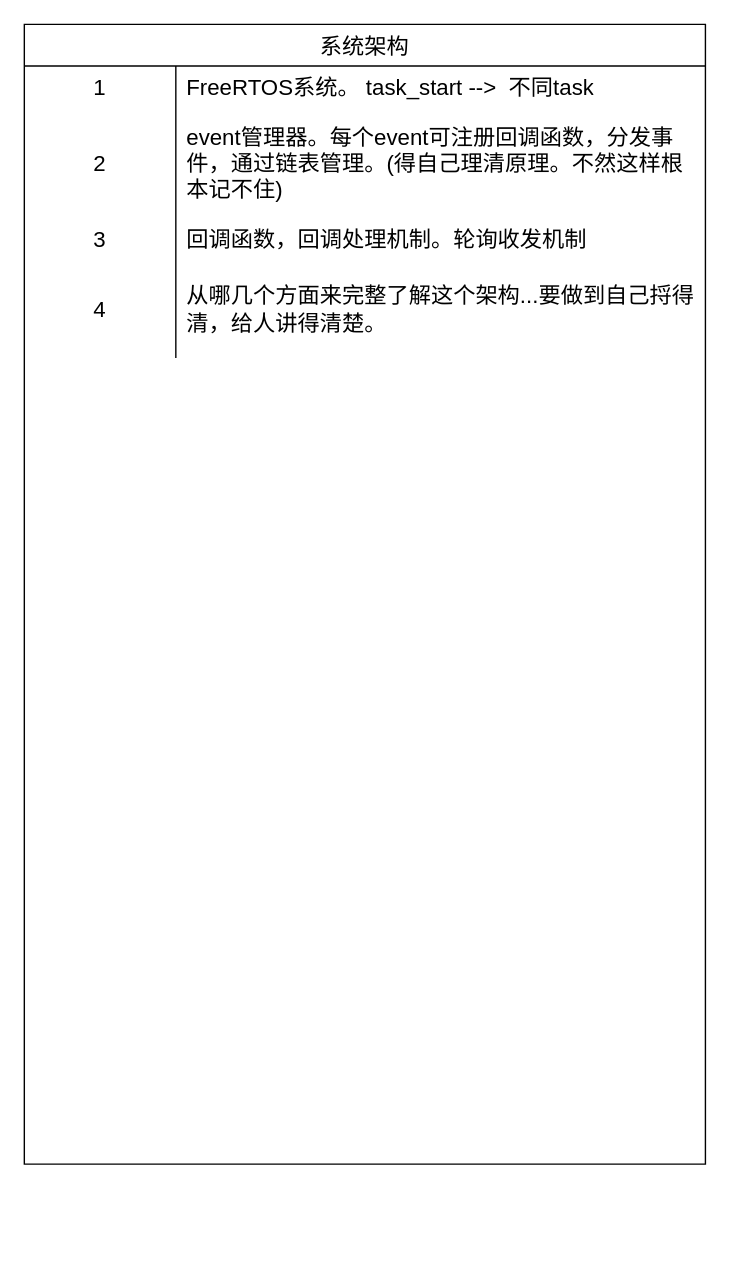
Above: 架构内容.drawio in Jade-Lj/knowledge-club (draw.io), before the change. Source tidied: cells renumbered, new cells numbered last; positions are measured from the earlier drawing's top-left corner, leaving out a move shared by most shapes. Both pictures are drawn from the tidied source at 139%, with x=0, y=0 at pixel (24, 24).
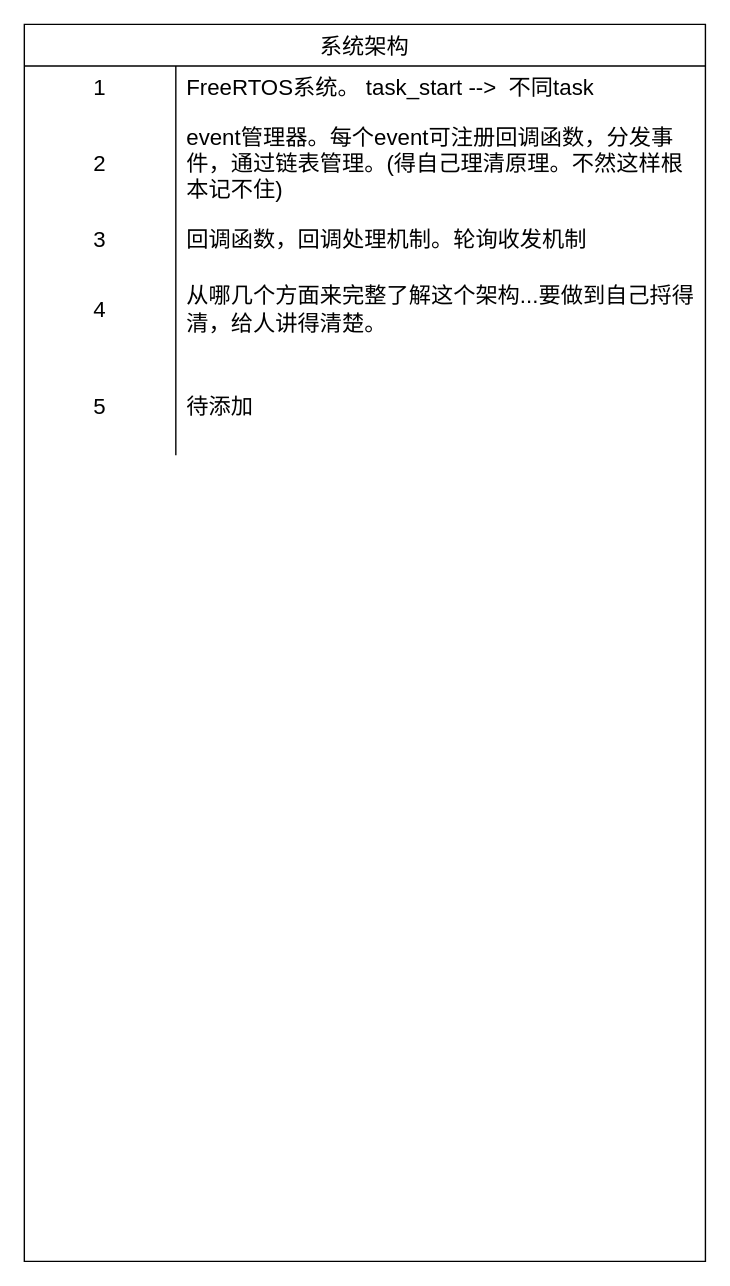
After the change.

Commit message:
更新架构内容.drawio

Change to the diagram source:
```diff
@@
 <mxGraphModel>
   <root>
     <mxCell id="0" />
     <mxCell id="1" parent="0" />
     <mxCell id="2" value="系统架构" style="shape=table;startSize=30;childLayout=tableLayout;rowLines=0;fontStyle=0;strokeColor=default;fontSize=16;" parent="1" vertex="1">
-      <mxGeometry width="490" height="820" as="geometry" />
+      <mxGeometry width="490" height="890" as="geometry" />
     </mxCell>
     <mxCell id="3" style="shape=tableRow;horizontal=0;startSize=0;swimlaneHead=0;swimlaneBody=0;top=0;left=0;bottom=0;right=0;fillColor=none;strokeColor=inherit;fontSize=16;" parent="2" vertex="1">
       <mxGeometry y="30" width="490" height="30" as="geometry" />
     </mxCell>
     <mxCell id="4" value="1" style="shape=partialRectangle;html=1;whiteSpace=wrap;fillColor=none;top=0;left=0;bottom=0;right=0;overflow=hidden;strokeColor=inherit;fontSize=16;" parent="3" vertex="1">
       <mxGeometry width="109" height="30" as="geometry" />
     </mxCell>
     <mxCell id="5" value="&lt;span&gt;FreeRTOS系统。 task_start --&amp;gt;&amp;nbsp; 不同task&lt;/span&gt;" style="shape=partialRectangle;html=1;whiteSpace=wrap;fillColor=none;top=0;left=0;bottom=0;right=0;align=left;spacingLeft=6;overflow=hidden;strokeColor=inherit;fontSize=16;" parent="3" vertex="1">
       <mxGeometry x="109" width="381" height="30" as="geometry" />
     </mxCell>
     <mxCell id="6" style="shape=tableRow;horizontal=0;startSize=0;swimlaneHead=0;swimlaneBody=0;top=0;left=0;bottom=0;right=0;fillColor=none;strokeColor=inherit;fontSize=16;" parent="2" vertex="1">
       <mxGeometry y="60" width="490" height="80" as="geometry" />
     </mxCell>
     <mxCell id="7" value="2" style="shape=partialRectangle;html=1;whiteSpace=wrap;fillColor=none;top=0;left=0;bottom=0;right=0;overflow=hidden;strokeColor=inherit;fontSize=16;" parent="6" vertex="1">
       <mxGeometry width="109" height="80" as="geometry" />
     </mxCell>
     <mxCell id="8" value="event管理器。每个event可注册回调函数，分发事件，通过链表管理。(得自己理清原理。不然这样根本记不住)" style="shape=partialRectangle;html=1;whiteSpace=wrap;fillColor=none;top=0;left=0;bottom=0;right=0;align=left;spacingLeft=6;overflow=hidden;strokeColor=inherit;fontSize=16;" parent="6" vertex="1">
       <mxGeometry x="109" width="381" height="80" as="geometry" />
     </mxCell>
     <mxCell id="9" style="shape=tableRow;horizontal=0;startSize=0;swimlaneHead=0;swimlaneBody=0;top=0;left=0;bottom=0;right=0;fillColor=none;strokeColor=inherit;fontSize=16;" parent="2" vertex="1">
       <mxGeometry y="140" width="490" height="30" as="geometry" />
     </mxCell>
     <mxCell id="10" value="3" style="shape=partialRectangle;html=1;whiteSpace=wrap;fillColor=none;top=0;left=0;bottom=0;right=0;overflow=hidden;strokeColor=inherit;fontSize=16;" parent="9" vertex="1">
       <mxGeometry width="109" height="30" as="geometry" />
     </mxCell>
     <mxCell id="11" value="回调函数，回调处理机制。轮询收发机制" style="shape=partialRectangle;html=1;whiteSpace=wrap;fillColor=none;top=0;left=0;bottom=0;right=0;align=left;spacingLeft=6;overflow=hidden;strokeColor=inherit;fontSize=16;" parent="9" vertex="1">
       <mxGeometry x="109" width="381" height="30" as="geometry" />
     </mxCell>
     <mxCell id="12" style="shape=tableRow;horizontal=0;startSize=0;swimlaneHead=0;swimlaneBody=0;top=0;left=0;bottom=0;right=0;fillColor=none;strokeColor=inherit;fontSize=16;" parent="2" vertex="1">
       <mxGeometry y="170" width="490" height="70" as="geometry" />
     </mxCell>
     <mxCell id="13" value="4" style="shape=partialRectangle;html=1;whiteSpace=wrap;fillColor=none;top=0;left=0;bottom=0;right=0;overflow=hidden;strokeColor=inherit;fontSize=16;" parent="12" vertex="1">
       <mxGeometry width="109" height="70" as="geometry" />
     </mxCell>
     <mxCell id="14" value="从哪几个方面来完整了解这个架构...要做到自己捋得清，给人讲得清楚。" style="shape=partialRectangle;html=1;whiteSpace=wrap;fillColor=none;top=0;left=0;bottom=0;right=0;align=left;spacingLeft=6;overflow=hidden;strokeColor=inherit;fontSize=16;convertToSvg=0;" parent="12" vertex="1">
       <mxGeometry x="109" width="381" height="70" as="geometry" />
     </mxCell>
+    <mxCell id="15" style="shape=tableRow;horizontal=0;startSize=0;swimlaneHead=0;swimlaneBody=0;top=0;left=0;bottom=0;right=0;fillColor=none;strokeColor=inherit;fontSize=16;" parent="2" vertex="1">
+      <mxGeometry y="240" width="490" height="70" as="geometry" />
+    </mxCell>
+    <mxCell id="16" value="5" style="shape=partialRectangle;html=1;whiteSpace=wrap;fillColor=none;top=0;left=0;bottom=0;right=0;overflow=hidden;strokeColor=inherit;fontSize=16;" parent="15" vertex="1">
+      <mxGeometry width="109" height="70" as="geometry" />
+    </mxCell>
+    <mxCell id="17" value="待添加" style="shape=partialRectangle;html=1;whiteSpace=wrap;fillColor=none;top=0;left=0;bottom=0;right=0;align=left;spacingLeft=6;overflow=hidden;strokeColor=inherit;fontSize=16;convertToSvg=0;" parent="15" vertex="1">
+      <mxGeometry x="109" width="381" height="70" as="geometry" />
+    </mxCell>
   </root>
 </mxGraphModel>
```
